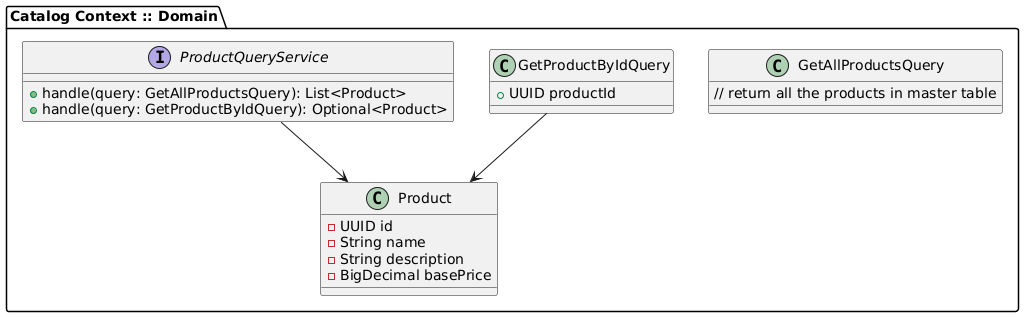
Soulware-Apps-Moviles/report keeps this PlantUML diagram as img/tactical-design/catalog/class.png. Above is the earlier version.
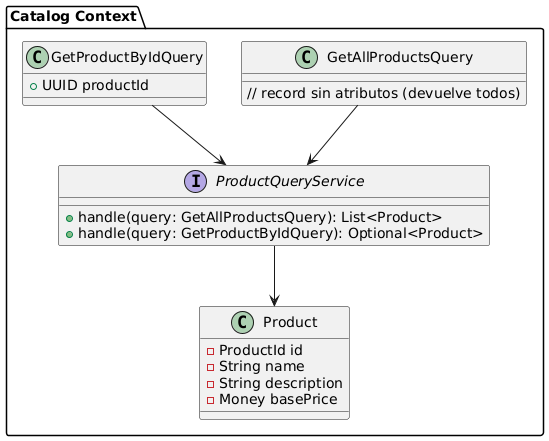
After the commit.

The edit, as a diff of the source:
```diff
@@ -1,20 +1,21 @@
 @startuml
-package "Catalog Context :: Domain" {
-
+package "Catalog Context" {
     class Product {
-        - UUID id
+        - ProductId id
         - String name
         - String description
-        - BigDecimal basePrice
+        - Money basePrice
     }
 
     class GetAllProductsQuery {
-        // return all the products in master table
+        // record sin atributos (devuelve todos)
     }
 
     class GetProductByIdQuery {
         + UUID productId
     }
+
+
 
     interface ProductQueryService {
         + handle(query: GetAllProductsQuery): List<Product>
@@ -23,5 +24,6 @@
 }
 
 ProductQueryService --> Product
-GetProductByIdQuery --> Product
+GetProductByIdQuery --> ProductQueryService
+GetAllProductsQuery --> ProductQueryService
 @enduml
```
